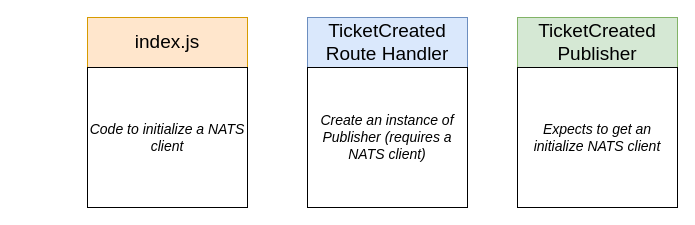
HappySuzuki/microservices-cast keeps this draw.io diagram as page "01 - client" (1 of 4) of diagrams/05/14.drawio. Above is the earlier version. Source tidied: cells renumbered, new cells numbered last; positions are measured from the earlier drawing's top-left corner, leaving out a move shared by most shapes. Both pictures are drawn from the tidied source at 100%, with x=0, y=0 at pixel (87, 17).
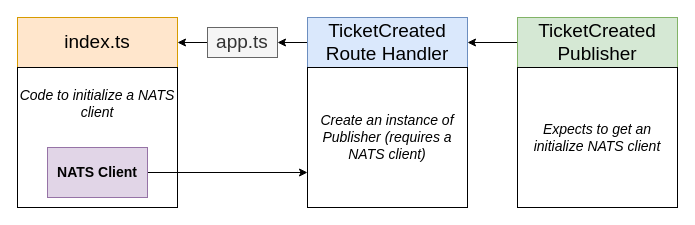
Above is the later version.

Change to the diagram source:
```diff
@@
 <mxGraphModel>
   <root>
     <mxCell id="0" />
     <mxCell id="1" parent="0" />
-    <mxCell id="2" value="index.js" style="rounded=0;whiteSpace=wrap;html=1;fontStyle=0;fontSize=19;fillColor=#ffe6cc;strokeColor=#d79b00;" parent="1" vertex="1">
-      <mxGeometry width="160" height="50" as="geometry" />
+    <mxCell id="2" value="index.ts" style="rounded=0;whiteSpace=wrap;html=1;fontStyle=0;fontSize=19;fillColor=#ffe6cc;strokeColor=#d79b00;" parent="1" vertex="1">
+      <mxGeometry x="-70" width="160" height="50" as="geometry" />
     </mxCell>
+    <mxCell id="8" style="edgeStyle=orthogonalEdgeStyle;rounded=0;jettySize=auto;html=1;exitX=0;exitY=0.5;exitDx=0;exitDy=0;entryX=1;entryY=0.5;entryDx=0;entryDy=0;fontSize=14;" parent="1" edge="1" source="3" target="5">
+      <mxGeometry relative="1" as="geometry" />
+    </mxCell>
     <mxCell id="3" value="TicketCreated Publisher" style="rounded=0;whiteSpace=wrap;html=1;fontStyle=0;fontSize=19;fillColor=#d5e8d4;strokeColor=#82b366;" parent="1" vertex="1">
       <mxGeometry x="430" width="160" height="50" as="geometry" />
     </mxCell>
     <mxCell id="4" value="&lt;i style=&quot;font-size: 14px;&quot;&gt;Expects to get an initialize NATS client&lt;/i&gt;" style="rounded=0;whiteSpace=wrap;html=1;fontStyle=0;fontSize=14;" parent="1" vertex="1">
       <mxGeometry x="430" y="50" width="160" height="140" as="geometry" />
     </mxCell>
+    <mxCell id="9" style="edgeStyle=orthogonalEdgeStyle;rounded=0;jettySize=auto;html=1;exitX=0;exitY=0.5;exitDx=0;exitDy=0;fontSize=14;" parent="1" edge="1" source="5" target="13">
+      <mxGeometry relative="1" as="geometry" />
+    </mxCell>
     <mxCell id="5" value="TicketCreated Route Handler" style="rounded=0;whiteSpace=wrap;html=1;fontStyle=0;fontSize=19;fillColor=#dae8fc;strokeColor=#6c8ebf;" parent="1" vertex="1">
       <mxGeometry x="220" width="160" height="50" as="geometry" />
     </mxCell>
     <mxCell id="6" value="&lt;i style=&quot;font-size: 14px;&quot;&gt;Create an instance of Publisher (requires a NATS client)&lt;/i&gt;" style="rounded=0;whiteSpace=wrap;html=1;fontStyle=0;fontSize=14;" parent="1" vertex="1">
       <mxGeometry x="220" y="50" width="160" height="140" as="geometry" />
     </mxCell>
-    <mxCell id="7" value="&lt;i style=&quot;font-size: 14px;&quot;&gt;Code to initialize a NATS client&lt;/i&gt;" style="rounded=0;whiteSpace=wrap;html=1;fontStyle=0;fontSize=14;" parent="1" vertex="1">
-      <mxGeometry y="50" width="160" height="140" as="geometry" />
+    <mxCell id="7" value="&lt;i style=&quot;font-size: 14px&quot;&gt;Code to initialize a NATS client&lt;br&gt;&lt;br&gt;&lt;br&gt;&lt;br&gt;&lt;br&gt;&lt;/i&gt;" style="rounded=0;whiteSpace=wrap;html=1;fontStyle=0;fontSize=14;" parent="1" vertex="1">
+      <mxGeometry x="-70" y="50" width="160" height="140" as="geometry" />
     </mxCell>
+    <mxCell id="10" style="edgeStyle=orthogonalEdgeStyle;rounded=0;jettySize=auto;html=1;exitX=1;exitY=0.5;exitDx=0;exitDy=0;entryX=0;entryY=0.75;entryDx=0;entryDy=0;fontSize=14;" parent="1" edge="1" source="11" target="6">
+      <mxGeometry relative="1" as="geometry" />
+    </mxCell>
+    <mxCell id="11" value="NATS Client" style="rounded=0;whiteSpace=wrap;html=1;fontSize=14;fillColor=#e1d5e7;strokeColor=#9673a6;fontStyle=1;" parent="1" vertex="1">
+      <mxGeometry x="-40" y="130" width="100" height="50" as="geometry" />
+    </mxCell>
+    <mxCell id="12" style="edgeStyle=orthogonalEdgeStyle;rounded=0;jettySize=auto;html=1;exitX=0;exitY=0.5;exitDx=0;exitDy=0;fontSize=14;" parent="1" edge="1" source="13" target="2">
+      <mxGeometry relative="1" as="geometry" />
+    </mxCell>
+    <mxCell id="13" value="app.ts" style="rounded=0;whiteSpace=wrap;html=1;fontStyle=0;fontSize=19;fillColor=#f5f5f5;strokeColor=#666666;fontColor=#333333;" parent="1" vertex="1">
+      <mxGeometry x="120" y="10" width="70" height="30" as="geometry" />
+    </mxCell>
   </root>
 </mxGraphModel>
```
